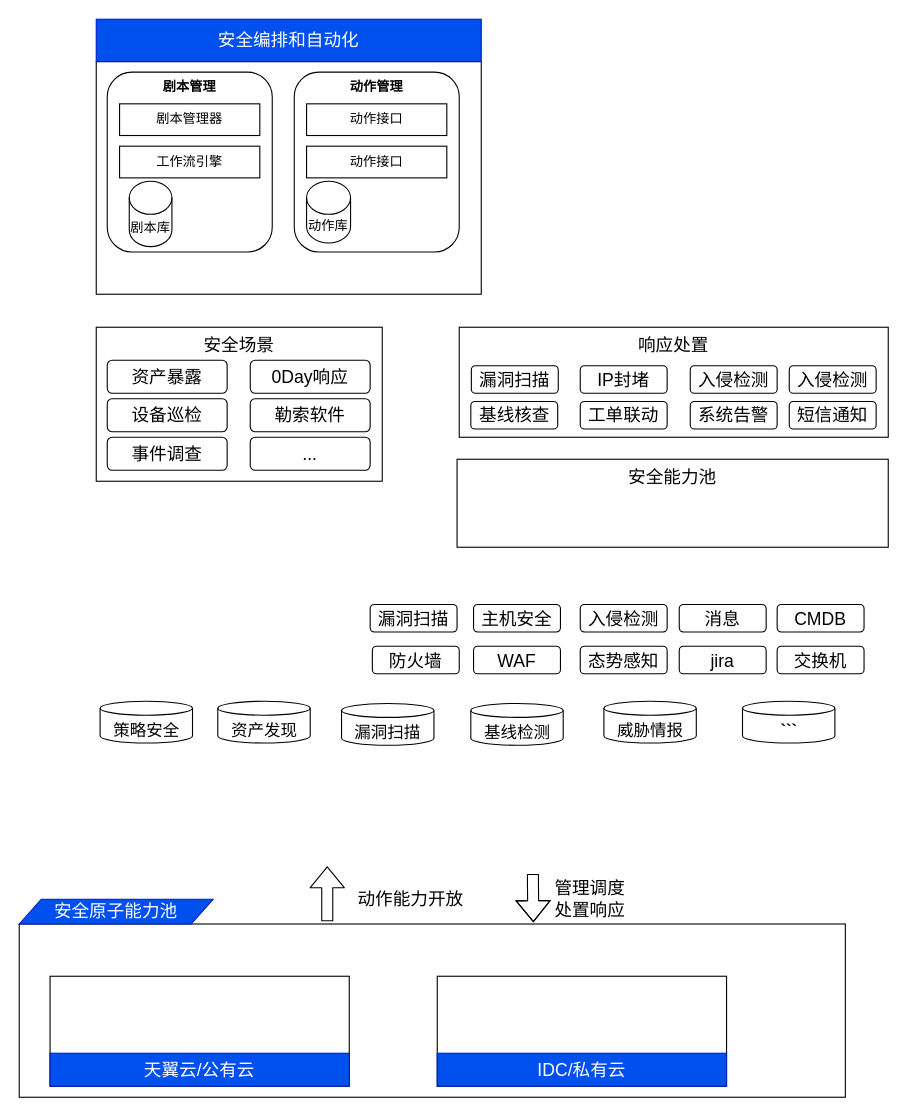
Above: 安全编排框架图.drawio in liujianqun/draw (draw.io), before the change. Source tidied: cells renumbered, new cells numbered last; positions are measured from the earlier drawing's top-left corner, leaving out a move shared by most shapes. Both pictures are drawn from the tidied source at 110%, with x=0, y=0 at pixel (19, 19).
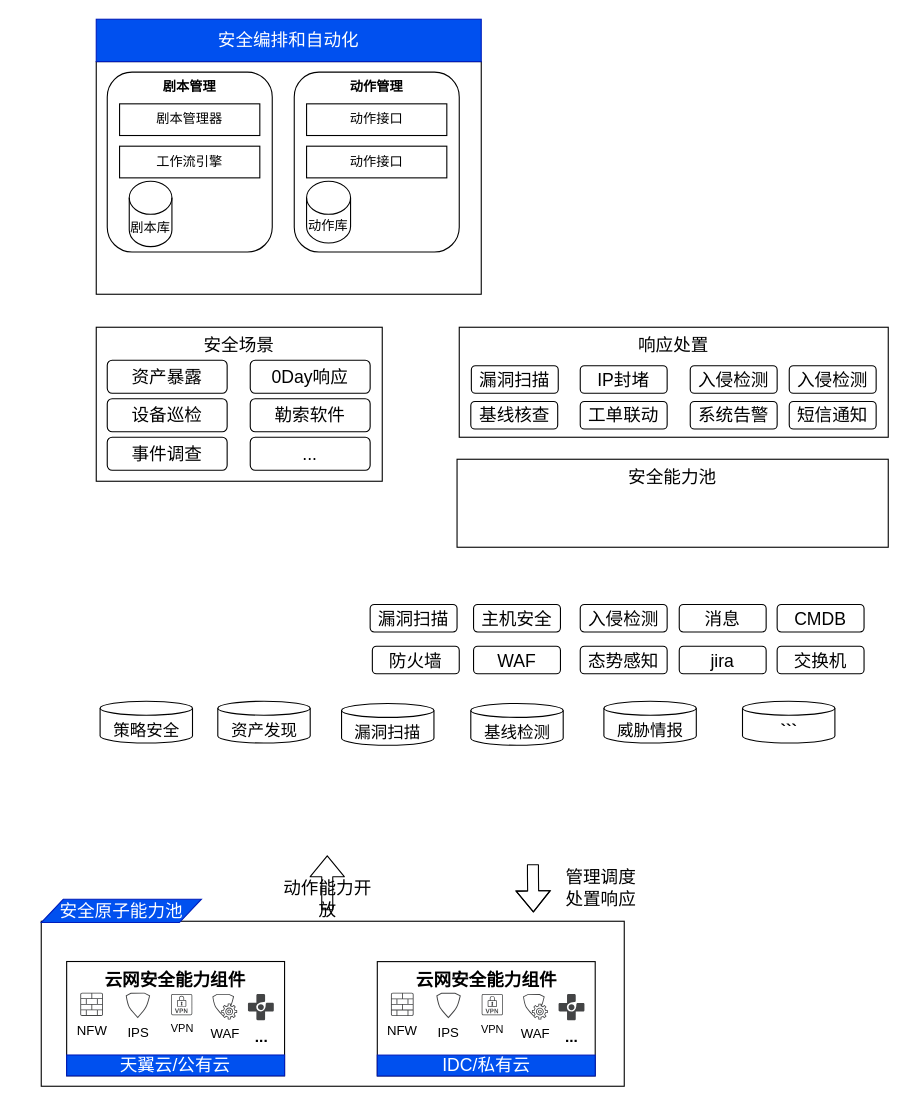
The same diagram, later.

Commit message (it also covers changes not shown here):
Update 安全编排框架图.drawio

Change to the diagram source:
```diff
@@
-    <mxCell id="46" style="group;" parent="1" vertex="1">
-      <mxGeometry y="800" width="751" height="180" as="geometry" />
+    <mxCell id="46" style="group;verticalAlign=top;" parent="1" vertex="1">
+      <mxGeometry x="20" y="800" width="620" height="170" as="geometry" />
     </mxCell>
     <mxCell id="47" style="rounded=0;whiteSpace=wrap;html=1;fontSize=16;" parent="46" vertex="1">
-      <mxGeometry y="22.5" width="751" height="157.5" as="geometry" />
+      <mxGeometry y="20" width="530" height="150" as="geometry" />
     </mxCell>
     <mxCell id="48" value="安全原子能力池" style="shape=parallelogram;perimeter=parallelogramPerimeter;whiteSpace=wrap;html=1;fixedSize=1;fontSize=16;fillColor=#0050ef;strokeColor=#001DBC;fontColor=#ffffff;" parent="46" vertex="1">
-      <mxGeometry width="176.3" height="22.5" as="geometry" />
+      <mxGeometry width="145.6" height="21.2" as="geometry" />
     </mxCell>
     <mxCell id="49" value="动作能力开放" style="text;html=1;strokeColor=none;fillColor=none;align=center;verticalAlign=middle;whiteSpace=wrap;rounded=0;fontSize=16;" parent="46" vertex="1">
-      <mxGeometry x="301" y="-10" width="110" height="20" as="geometry" />
+      <mxGeometry x="214.6" y="-9.4" width="90.8" height="18.9" as="geometry" />
     </mxCell>
     <mxCell id="50" style="group;" parent="46" vertex="1">
-      <mxGeometry x="28" y="70" width="272" height="100" as="geometry" />
+      <mxGeometry x="23.1" y="47.2" width="264.2" height="113.3" as="geometry" />
     </mxCell>
+    <mxCell id="59" style="group;" parent="50" vertex="1">
+      <mxGeometry y="9.4" width="198.1" height="103.9" as="geometry" />
+    </mxCell>
-    <mxCell id="51" style="rounded=0;whiteSpace=wrap;html=1;fontSize=16;" parent="50" vertex="1">
-      <mxGeometry width="272" height="100" as="geometry" />
+    <mxCell id="51" value="&lt;b&gt;云网安全能力组件&lt;/b&gt;" style="rounded=0;whiteSpace=wrap;html=1;fontSize=16;verticalAlign=top;" parent="59" vertex="1">
+      <mxGeometry width="198.1" height="103.9" as="geometry" />
     </mxCell>
-    <mxCell id="52" value="天翼云/公有云" style="rounded=0;whiteSpace=wrap;html=1;fontSize=16;fillColor=#0050ef;strokeColor=#001DBC;fontColor=#ffffff;" parent="50" vertex="1">
-      <mxGeometry y="70" width="272" height="30" as="geometry" />
+    <mxCell id="52" value="天翼云/公有云" style="rounded=0;whiteSpace=wrap;html=1;fontSize=16;fillColor=#0050ef;strokeColor=#001DBC;fontColor=#ffffff;" parent="59" vertex="1">
+      <mxGeometry y="85" width="198.1" height="18.9" as="geometry" />
     </mxCell>
-    <mxCell id="53" style="group;" parent="46" vertex="1">
-      <mxGeometry x="380" y="70" width="263" height="100" as="geometry" />
-    </mxCell>
-    <mxCell id="54" style="rounded=0;whiteSpace=wrap;html=1;fontSize=16;" parent="53" vertex="1">
-      <mxGeometry width="263" height="100" as="geometry" />
-    </mxCell>
+    <mxCell id="60" value="VPN" style="shadow=0;dashed=0;html=1;strokeColor=none;fillColor=#434445;labelPosition=center;verticalLabelPosition=bottom;verticalAlign=top;align=center;shape=mxgraph.vvd.vpn;fontSize=10;" parent="59" vertex="1">
+      <mxGeometry x="94.9" y="29.5" width="19.3" height="19.3" as="geometry" />
+    </mxCell>
+    <mxCell id="61" value="WAF" style="shadow=0;dashed=0;html=1;strokeColor=none;fillColor=#434445;labelPosition=center;verticalLabelPosition=bottom;verticalAlign=top;align=center;shape=mxgraph.vvd.protection_group_config;fontSize=12;" parent="59" vertex="1">
+      <mxGeometry x="132.5" y="29.5" width="22.5" height="23.2" as="geometry" />
+    </mxCell>
+    <mxCell id="62" value="IPS" style="shadow=0;dashed=0;html=1;strokeColor=none;fillColor=#434445;labelPosition=center;verticalLabelPosition=bottom;verticalAlign=top;align=center;shape=mxgraph.vvd.protection_group;fontSize=12;" parent="59" vertex="1">
+      <mxGeometry x="53.7" y="28.3" width="22.2" height="23.2" as="geometry" />
+    </mxCell>
+    <mxCell id="63" value="NFW" style="shadow=0;dashed=0;html=1;strokeColor=none;fillColor=#434445;labelPosition=center;verticalLabelPosition=bottom;verticalAlign=top;align=center;shape=mxgraph.vvd.logical_firewall;fontSize=12;" parent="59" vertex="1">
+      <mxGeometry x="12.4" y="28.3" width="20.6" height="21.2" as="geometry" />
+    </mxCell>
+    <mxCell id="64" value="&lt;b&gt;&lt;font style=&quot;font-size: 14px&quot;&gt;...&lt;/font&gt;&lt;/b&gt;" style="shadow=0;dashed=0;html=1;strokeColor=none;fillColor=#434445;labelPosition=center;verticalLabelPosition=bottom;verticalAlign=top;align=center;shape=mxgraph.vvd.volumes_agent;fontSize=12;" parent="59" vertex="1">
+      <mxGeometry x="164.8" y="29.5" width="23.5" height="23.9" as="geometry" />
+    </mxCell>
+    <mxCell id="65" style="group;" parent="46" vertex="1">
+      <mxGeometry x="305.5" y="56.7" width="198.1" height="103.9" as="geometry" />
+    </mxCell>
+    <mxCell id="66" value="&lt;b&gt;云网安全能力组件&lt;/b&gt;" style="rounded=0;whiteSpace=wrap;html=1;fontSize=16;verticalAlign=top;" parent="65" vertex="1">
+      <mxGeometry width="198.1" height="103.9" as="geometry" />
+    </mxCell>
-    <mxCell id="55" value="IDC/私有云" style="rounded=0;whiteSpace=wrap;html=1;fontSize=16;fillColor=#0050ef;strokeColor=#001DBC;fontColor=#ffffff;" parent="53" vertex="1">
-      <mxGeometry y="70" width="263" height="30" as="geometry" />
+    <mxCell id="55" value="IDC/私有云" style="rounded=0;whiteSpace=wrap;html=1;fontSize=16;fillColor=#0050ef;strokeColor=#001DBC;fontColor=#ffffff;" parent="65" vertex="1">
+      <mxGeometry y="85" width="198.1" height="18.9" as="geometry" />
     </mxCell>
+    <mxCell id="67" value="VPN" style="shadow=0;dashed=0;html=1;strokeColor=none;fillColor=#434445;labelPosition=center;verticalLabelPosition=bottom;verticalAlign=top;align=center;shape=mxgraph.vvd.vpn;fontSize=10;" parent="65" vertex="1">
+      <mxGeometry x="94.9" y="29.5" width="19.3" height="19.3" as="geometry" />
+    </mxCell>
+    <mxCell id="68" value="WAF" style="shadow=0;dashed=0;html=1;strokeColor=none;fillColor=#434445;labelPosition=center;verticalLabelPosition=bottom;verticalAlign=top;align=center;shape=mxgraph.vvd.protection_group_config;fontSize=12;" parent="65" vertex="1">
+      <mxGeometry x="132.5" y="29.5" width="22.5" height="23.2" as="geometry" />
+    </mxCell>
+    <mxCell id="69" value="IPS" style="shadow=0;dashed=0;html=1;strokeColor=none;fillColor=#434445;labelPosition=center;verticalLabelPosition=bottom;verticalAlign=top;align=center;shape=mxgraph.vvd.protection_group;fontSize=12;" parent="65" vertex="1">
+      <mxGeometry x="53.7" y="28.3" width="22.2" height="23.2" as="geometry" />
+    </mxCell>
+    <mxCell id="70" value="NFW" style="shadow=0;dashed=0;html=1;strokeColor=none;fillColor=#434445;labelPosition=center;verticalLabelPosition=bottom;verticalAlign=top;align=center;shape=mxgraph.vvd.logical_firewall;fontSize=12;" parent="65" vertex="1">
+      <mxGeometry x="12.4" y="28.3" width="20.6" height="21.2" as="geometry" />
+    </mxCell>
+    <mxCell id="71" value="&lt;b&gt;&lt;font style=&quot;font-size: 14px&quot;&gt;...&lt;/font&gt;&lt;/b&gt;" style="shadow=0;dashed=0;html=1;strokeColor=none;fillColor=#434445;labelPosition=center;verticalLabelPosition=bottom;verticalAlign=top;align=center;shape=mxgraph.vvd.volumes_agent;fontSize=12;" parent="65" vertex="1">
+      <mxGeometry x="164.8" y="29.5" width="23.5" height="23.9" as="geometry" />
+    </mxCell>
     <mxCell id="56" style="shape=flexArrow;endArrow=classic;html=1;fontSize=16;" parent="1" edge="1">
       <mxGeometry relative="1" as="geometry">
-        <mxPoint x="280" y="820" as="sourcePoint" />
-        <mxPoint x="280" y="770" as="targetPoint" />
+        <mxPoint x="280" y="810" as="sourcePoint" />
+        <mxPoint x="280" y="760" as="targetPoint" />
       </mxGeometry>
     </mxCell>
     <mxCell id="57" style="shape=flexArrow;endArrow=classic;html=1;fontSize=16;entryX=0.637;entryY=0.008;entryDx=0;entryDy=0;entryPerimeter=0;" parent="1" edge="1">
       <mxGeometry relative="1" as="geometry">
-        <mxPoint x="467" y="777" as="sourcePoint" />
-        <mxPoint x="467.4" y="820.8" as="targetPoint" />
+        <mxPoint x="467" y="768.1" as="sourcePoint" />
+        <mxPoint x="467.4" y="811.9" as="targetPoint" />
         <Array as="points">
-          <mxPoint x="467" y="787" />
+          <mxPoint x="467" y="778.1" />
         </Array>
       </mxGeometry>
     </mxCell>
     <mxCell id="58" value="管理调度处置响应" style="text;html=1;strokeColor=none;fillColor=none;align=center;verticalAlign=middle;whiteSpace=wrap;rounded=0;fontSize=16;" parent="1" vertex="1">
-      <mxGeometry x="480" y="790" width="78" height="20" as="geometry" />
+      <mxGeometry x="489.5" y="780" width="78" height="20" as="geometry" />
     </mxCell>
```
